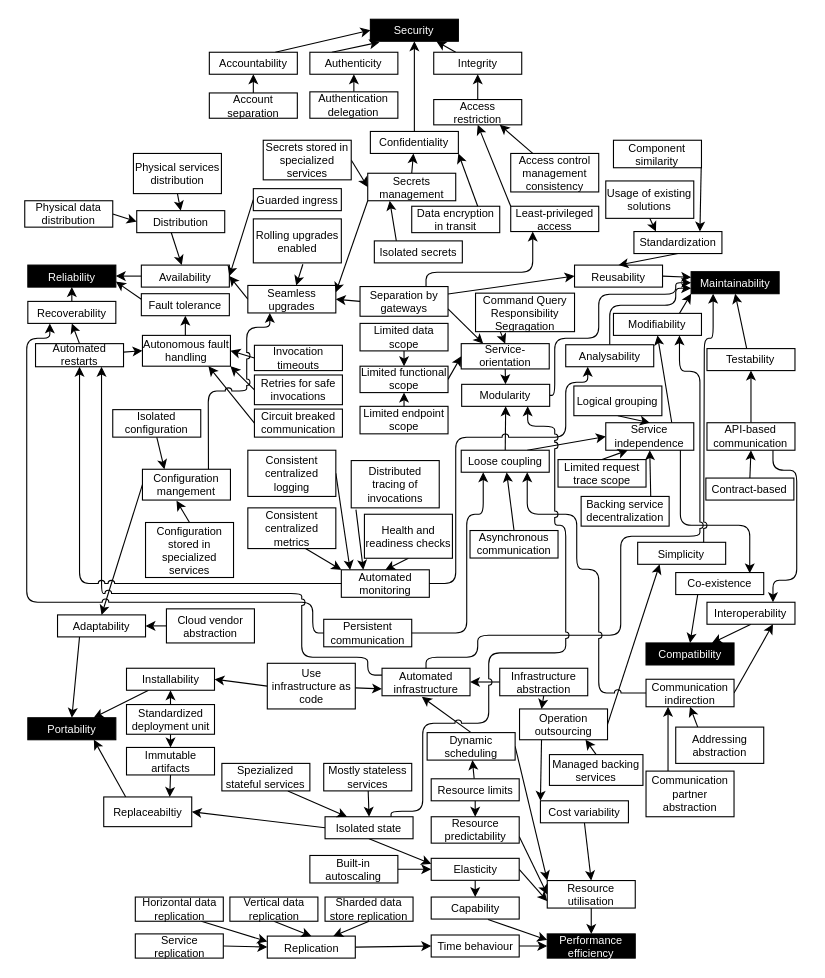
Earlier version of the draw.io diagram E4_final_quality_model_starform.drawio (r0light/cna-quality-model). Source tidied: cells renumbered, new cells numbered last; positions are measured from the earlier drawing's top-left corner, leaving out a move shared by most shapes. Both pictures are drawn from the tidied source at 110%, with x=0, y=0 at pixel (24, 19).
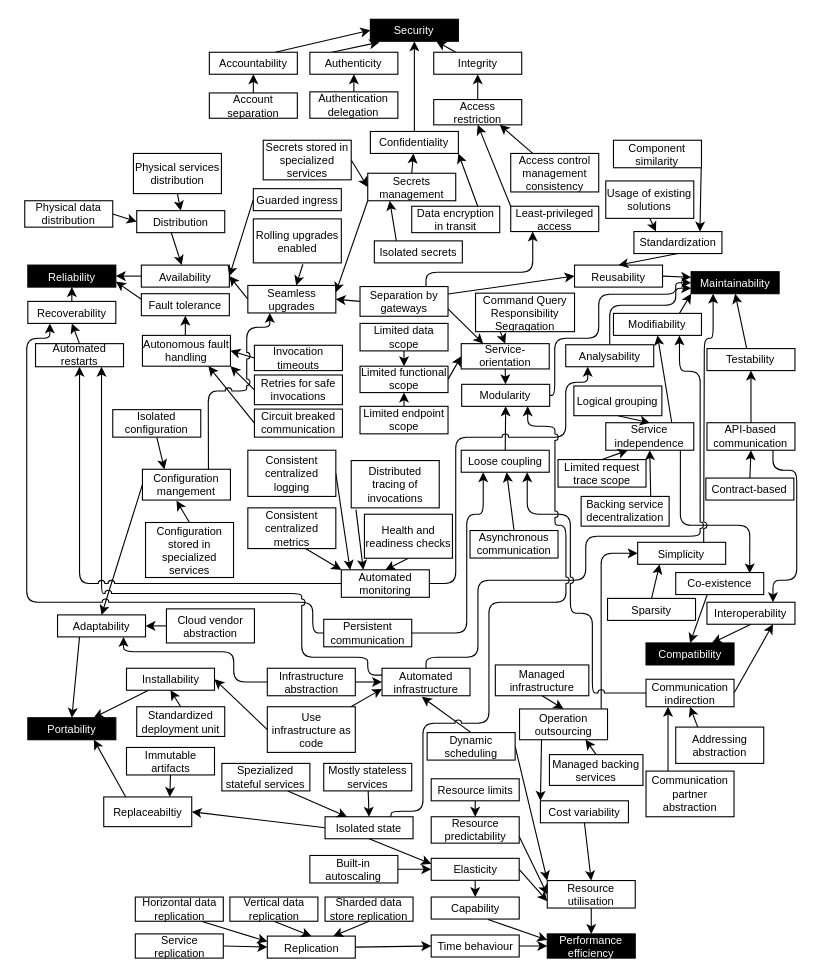
Above is the later version.

Unchanged cells that the change refers to:
```xml
<mxCell id="5" value="Compatibility" style="rounded=0;whiteSpace=wrap;html=1;fontSize=10;fontColor=#FFFFFF;fillColor=#000000;" parent="1" vertex="1">
  <mxGeometry x="564.8" y="567" width="80" height="20" as="geometry" />
</mxCell>
<mxCell id="12" value="Modularity" style="rounded=0;whiteSpace=wrap;html=1;fontSize=10;" parent="1" vertex="1">
  <mxGeometry x="397.2" y="331.9" width="80" height="20" as="geometry" />
</mxCell>
<mxCell id="22" value="Modifiability" style="rounded=0;whiteSpace=wrap;html=1;fontSize=10;" parent="1" vertex="1">
  <mxGeometry x="535.2" y="267.4" width="80" height="20" as="geometry" />
</mxCell>
<mxCell id="24" value="Adaptability" style="rounded=0;whiteSpace=wrap;html=1;fontSize=10;" parent="1" vertex="1">
  <mxGeometry x="29.8" y="541.5" width="80" height="20" as="geometry" />
</mxCell>
<mxCell id="36" value="Co-existence" style="rounded=0;whiteSpace=wrap;html=1;fontSize=10;" parent="1" vertex="1">
  <mxGeometry x="591.8" y="503" width="80" height="20" as="geometry" />
</mxCell>
<mxCell id="43" value="Isolated state" style="rounded=0;whiteSpace=wrap;html=1;fontSize=10;" parent="1" vertex="1">
  <mxGeometry x="273" y="725" width="80" height="20" as="geometry" />
</mxCell>
<mxCell id="46" value="Loose coupling" style="rounded=0;whiteSpace=wrap;html=1;fontSize=10;" parent="1" vertex="1">
  <mxGeometry x="396.8" y="391.8" width="80" height="20" as="geometry" />
</mxCell>
<mxCell id="55" value="Automated infrastructure" style="rounded=0;whiteSpace=wrap;html=1;fontSize=10;" parent="1" vertex="1">
  <mxGeometry x="324.8" y="590" width="80" height="25" as="geometry" />
</mxCell>
<mxCell id="58" value="Service independence" style="rounded=0;whiteSpace=wrap;html=1;fontSize=10;" parent="1" vertex="1">
  <mxGeometry x="528.2" y="366.8" width="80" height="25" as="geometry" />
</mxCell>
<mxCell id="75" value="Immutable artifacts" style="rounded=0;whiteSpace=wrap;html=1;fontSize=10;" parent="1" vertex="1">
  <mxGeometry x="92.5" y="662" width="80" height="25" as="geometry" />
</mxCell>
<mxCell id="81" value="Autonomous fault handling" style="rounded=0;whiteSpace=wrap;html=1;fontSize=10;" parent="1" vertex="1">
  <mxGeometry x="107" y="287.4" width="80" height="28" as="geometry" />
</mxCell>
<mxCell id="84" value="Automated restarts" style="rounded=0;whiteSpace=wrap;html=1;fontSize=10;" parent="1" vertex="1">
  <mxGeometry x="9.8" y="294.9" width="80" height="21" as="geometry" />
</mxCell>
<mxCell id="89" value="Communication indirection" style="rounded=0;whiteSpace=wrap;html=1;fontSize=10;" parent="1" vertex="1">
  <mxGeometry x="564.8" y="600" width="80" height="25" as="geometry" />
</mxCell>
<mxCell id="103" value="Simplicity" style="rounded=0;whiteSpace=wrap;html=1;fontSize=10;" parent="1" vertex="1">
  <mxGeometry x="557.2" y="475.5" width="80" height="20" as="geometry" />
</mxCell>
<mxCell id="106" value="Operation outsourcing" style="rounded=0;whiteSpace=wrap;html=1;fontSize=10;" parent="1" vertex="1">
  <mxGeometry x="449.8" y="627" width="80" height="28" as="geometry" />
</mxCell>
<mxCell id="135" value="Dynamic scheduling" style="rounded=0;whiteSpace=wrap;html=1;fontSize=10;" parent="1" vertex="1">
  <mxGeometry x="365.8" y="648.5" width="80" height="25" as="geometry" />
</mxCell>
<mxCell id="148" value="Resource limits" style="rounded=0;whiteSpace=wrap;html=1;fontSize=10;" parent="1" vertex="1">
  <mxGeometry x="369.5" y="690.5" width="80" height="20" as="geometry" />
</mxCell>
```

Change to the diagram source:
```diff
@@
-    <mxCell id="35" style="edgeStyle=none;rounded=0;jettySize=auto;html=1;exitX=0.25;exitY=1;exitDx=0;exitDy=0;entryX=0.5;entryY=0;entryDx=0;entryDy=0;" parent="1" edge="1" source="36" target="5">
+    <mxCell id="35" style="edgeStyle=none;rounded=0;jettySize=auto;html=1;exitX=0.36;exitY=0.986;exitDx=0;exitDy=0;entryX=0.5;entryY=0;entryDx=0;entryDy=0;exitPerimeter=0;" parent="1" edge="1" source="36" target="5">
       <mxGeometry relative="1" as="geometry" />
     </mxCell>
@@
-    <mxCell id="45" style="rounded=1;jettySize=auto;html=1;exitX=0.75;exitY=0;exitDx=0;exitDy=0;entryX=0;entryY=0.5;entryDx=0;entryDy=0;" parent="1" edge="1" source="46" target="58">
-      <mxGeometry relative="1" as="geometry" />
-    </mxCell>
@@
-    <mxCell id="66" style="edgeStyle=none;rounded=0;jettySize=auto;html=1;exitX=0.5;exitY=1;exitDx=0;exitDy=0;entryX=0.25;entryY=0;entryDx=0;entryDy=0;" parent="1" edge="1" source="68" target="106">
-      <mxGeometry relative="1" as="geometry" />
-    </mxCell>
-    <mxCell id="67" style="edgeStyle=none;rounded=0;jettySize=auto;html=1;exitX=0;exitY=0.5;exitDx=0;exitDy=0;entryX=1;entryY=0.5;entryDx=0;entryDy=0;" parent="1" edge="1" source="68" target="55">
+    <mxCell id="67" style="edgeStyle=none;rounded=0;jettySize=auto;html=1;exitX=1;exitY=0.5;exitDx=0;exitDy=0;entryX=0;entryY=0.5;entryDx=0;entryDy=0;" parent="1" edge="1" source="68" target="55">
       <mxGeometry relative="1" as="geometry" />
     </mxCell>
     <mxCell id="68" value="Infrastructure abstraction" style="rounded=0;whiteSpace=wrap;html=1;fontSize=10;" parent="1" vertex="1">
-      <mxGeometry x="431.8" y="590" width="80" height="25" as="geometry" />
+      <mxGeometry x="220.5" y="590" width="80" height="25" as="geometry" />
     </mxCell>
@@
-    <mxCell id="72" style="edgeStyle=none;rounded=0;jettySize=auto;html=1;exitX=0.5;exitY=1;exitDx=0;exitDy=0;entryX=0.5;entryY=0;entryDx=0;entryDy=0;" parent="1" edge="1" source="73" target="75">
-      <mxGeometry relative="1" as="geometry" />
-    </mxCell>
     <mxCell id="73" value="Standardized deployment unit" style="rounded=0;whiteSpace=wrap;html=1;fontSize=10;" parent="1" vertex="1">
-      <mxGeometry x="92.5" y="623" width="80" height="27" as="geometry" />
+      <mxGeometry x="101.8" y="625" width="80" height="27" as="geometry" />
     </mxCell>
@@
-    <mxCell id="82" style="edgeStyle=none;rounded=0;jettySize=auto;html=1;entryX=0;entryY=0.5;entryDx=0;entryDy=0;" parent="1" edge="1" source="84" target="81">
-      <mxGeometry relative="1" as="geometry" />
-    </mxCell>
@@
-    <mxCell id="105" style="edgeStyle=none;rounded=0;jettySize=auto;html=1;exitX=1;exitY=0.5;exitDx=0;exitDy=0;entryX=0.25;entryY=1;entryDx=0;entryDy=0;" parent="1" edge="1" source="106" target="103">
-      <mxGeometry relative="1" as="geometry" />
+    <mxCell id="105" style="edgeStyle=orthogonalEdgeStyle;jettySize=auto;html=1;exitX=0.928;exitY=-0.01;exitDx=0;exitDy=0;entryX=0;entryY=0.5;entryDx=0;entryDy=0;rounded=1;exitPerimeter=0;" parent="1" edge="1" source="106" target="103">
+      <mxGeometry relative="1" as="geometry">
+        <Array as="points">
+          <mxPoint x="524" y="486" />
+          <mxPoint x="557" y="486" />
+        </Array>
+      </mxGeometry>
     </mxCell>
@@
     <mxCell id="132" value="Use infrastructure as code" style="rounded=0;whiteSpace=wrap;html=1;fontSize=10;" parent="1" vertex="1">
-      <mxGeometry x="220.5" y="585.5" width="80" height="41.5" as="geometry" />
+      <mxGeometry x="220.5" y="625" width="80" height="41.5" as="geometry" />
     </mxCell>
@@
-    <mxCell id="147" style="edgeStyle=none;rounded=0;jettySize=auto;html=1;" parent="1" edge="1" source="148" target="135">
-      <mxGeometry relative="1" as="geometry" />
-    </mxCell>
@@
     <mxCell id="210" style="rounded=1;jettySize=auto;html=1;exitX=0.5;exitY=0;exitDx=0;exitDy=0;edgeStyle=orthogonalEdgeStyle;jumpStyle=arc;entryX=0.75;entryY=1;entryDx=0;entryDy=0;" parent="1" edge="1" source="55" target="22">
       <mxGeometry relative="1" as="geometry">
         <Array as="points">
-          <mxPoint x="364.8" y="580" />
-          <mxPoint x="411.8" y="580" />
-          <mxPoint x="411.8" y="560" />
-          <mxPoint x="541.8" y="560" />
-          <mxPoint x="541.8" y="470" />
-          <mxPoint x="613.8" y="470" />
-          <mxPoint x="613.8" y="320" />
-          <mxPoint x="595.8" y="320" />
+          <mxPoint x="365" y="580" />
+          <mxPoint x="412" y="580" />
+          <mxPoint x="412" y="510" />
+          <mxPoint x="510" y="510" />
+          <mxPoint x="510" y="470" />
+          <mxPoint x="614" y="470" />
+          <mxPoint x="614" y="320" />
+          <mxPoint x="595" y="320" />
         </Array>
       </mxGeometry>
     </mxCell>
-    <mxCell id="211" style="edgeStyle=orthogonalEdgeStyle;rounded=1;jettySize=auto;html=1;exitX=0;exitY=0.5;exitDx=0;exitDy=0;entryX=0.75;entryY=1;entryDx=0;entryDy=0;jumpStyle=arc;" parent="1" edge="1" source="89" target="46">
+    <mxCell id="211" style="edgeStyle=orthogonalEdgeStyle;rounded=1;jettySize=auto;html=1;entryX=0.75;entryY=1;entryDx=0;entryDy=0;jumpStyle=arc;exitX=0;exitY=0.5;exitDx=0;exitDy=0;" parent="1" edge="1" source="89" target="46">
       <mxGeometry relative="1" as="geometry">
         <Array as="points">
-          <mxPoint x="521.8" y="613" />
-          <mxPoint x="521.8" y="500" />
-          <mxPoint x="501.8" y="500" />
-          <mxPoint x="501.8" y="450" />
-          <mxPoint x="456.8" y="450" />
+          <mxPoint x="516" y="612" />
+          <mxPoint x="516" y="540" />
+          <mxPoint x="496" y="540" />
+          <mxPoint x="496" y="450" />
+          <mxPoint x="457" y="450" />
         </Array>
       </mxGeometry>
     </mxCell>
@@
     <mxCell id="213" style="edgeStyle=orthogonalEdgeStyle;rounded=1;jettySize=auto;html=1;exitX=0.75;exitY=0;exitDx=0;exitDy=0;jumpStyle=arc;entryX=0.75;entryY=1;entryDx=0;entryDy=0;" parent="1" edge="1" source="43" target="12">
       <mxGeometry relative="1" as="geometry">
         <Array as="points">
-          <mxPoint x="332.8" y="720" />
-          <mxPoint x="361.8" y="720" />
-          <mxPoint x="361.8" y="640" />
-          <mxPoint x="421.8" y="640" />
-          <mxPoint x="421.8" y="576" />
-          <mxPoint x="491.8" y="576" />
-          <mxPoint x="491.8" y="460" />
-          <mxPoint x="481.8" y="460" />
-          <mxPoint x="481.8" y="370" />
-          <mxPoint x="457.8" y="370" />
+          <mxPoint x="333" y="720" />
+          <mxPoint x="362" y="720" />
+          <mxPoint x="362" y="640" />
+          <mxPoint x="422" y="640" />
+          <mxPoint x="422" y="530" />
+          <mxPoint x="492" y="530" />
+          <mxPoint x="492" y="460" />
+          <mxPoint x="482" y="460" />
+          <mxPoint x="482" y="370" />
+          <mxPoint x="457" y="370" />
         </Array>
       </mxGeometry>
     </mxCell>
@@
+    <mxCell id="216" value="Managed infrastructure" style="rounded=0;whiteSpace=wrap;html=1;fontSize=10;" parent="1" vertex="1">
+      <mxGeometry x="427.8" y="587" width="85" height="28" as="geometry" />
+    </mxCell>
+    <mxCell id="217" style="edgeStyle=none;rounded=0;jettySize=auto;html=1;exitX=0.5;exitY=1;exitDx=0;exitDy=0;entryX=0.5;entryY=0;entryDx=0;entryDy=0;" parent="1" edge="1" source="216" target="106">
+      <mxGeometry relative="1" as="geometry" />
+    </mxCell>
+    <mxCell id="218" value="Sparsity" style="rounded=0;whiteSpace=wrap;html=1;fontSize=10;" parent="1" vertex="1">
+      <mxGeometry x="529.8" y="526.5" width="80" height="20" as="geometry" />
+    </mxCell>
+    <mxCell id="219" style="edgeStyle=none;rounded=0;jettySize=auto;html=1;exitX=0.5;exitY=0;exitDx=0;exitDy=0;entryX=0.25;entryY=1;entryDx=0;entryDy=0;" parent="1" edge="1" source="218" target="103">
+      <mxGeometry relative="1" as="geometry" />
+    </mxCell>
+    <mxCell id="220" style="edgeStyle=orthogonalEdgeStyle;rounded=1;jettySize=auto;html=1;exitX=0;exitY=0.5;exitDx=0;exitDy=0;entryX=0.75;entryY=1;entryDx=0;entryDy=0;" parent="1" edge="1" source="68" target="24">
+      <mxGeometry relative="1" as="geometry">
+        <Array as="points">
+          <mxPoint x="190" y="602" />
+          <mxPoint x="190" y="575" />
+          <mxPoint x="90" y="575" />
+        </Array>
+      </mxGeometry>
+    </mxCell>
```
